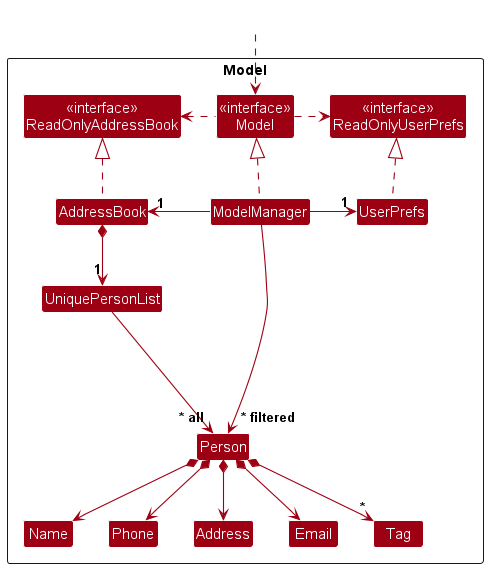
Above: docs/images/ModelClassDiagram.png in nus-cs2103-AY2324S2/tp (PlantUML), before the change.
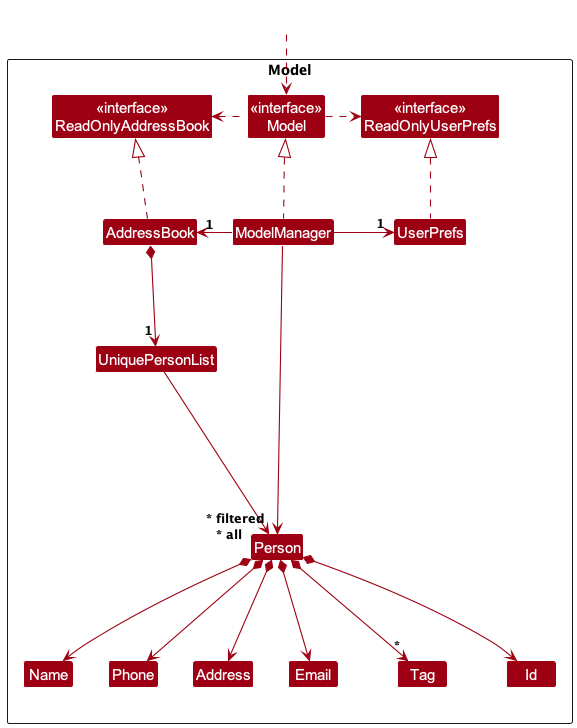
Above is the later version.

Commit message:
Update UML diagram in DeveloperGuide.md

What changed in the source:
```diff
@@ -19,6 +19,7 @@
 Class Name
 Class Phone
 Class Tag
+Class Id
 
 Class I #FFFFFF
 }
@@ -42,6 +43,7 @@
 Person *--> Email
 Person *--> Address
 Person *--> "*" Tag
+Person *--> Id
 
 Person -[hidden]up--> I
 UniquePersonList -[hidden]right-> I
```
